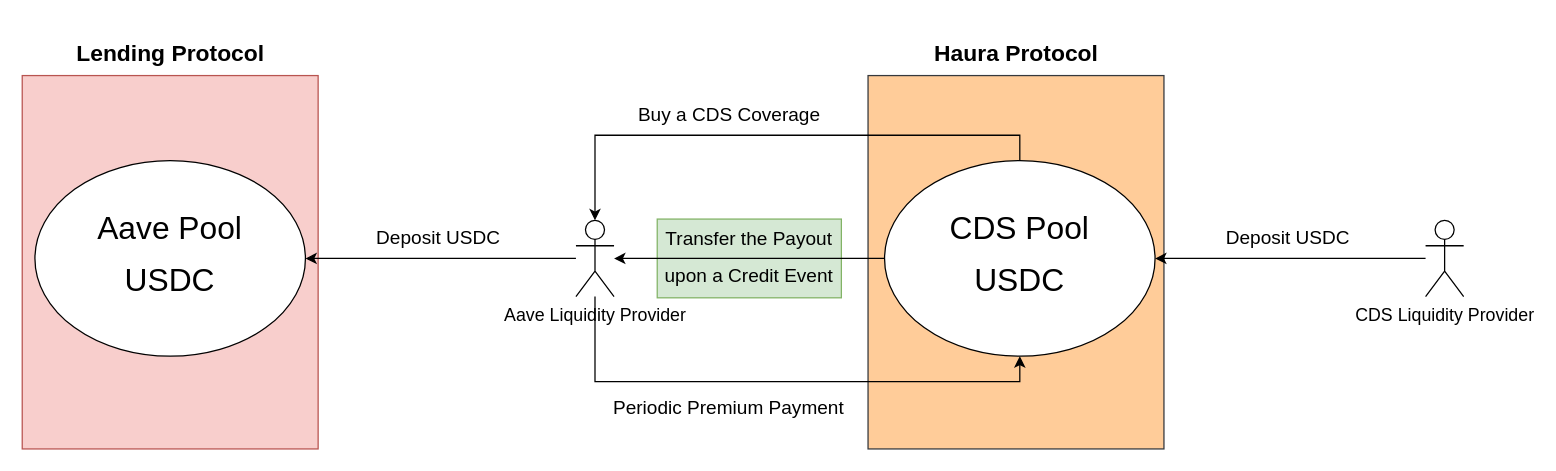
Before: page "Page-9" (9 of 9) of qualitaX.drawio in Edoumou/drawings, a draw.io diagram. Source tidied: cells renumbered, new cells numbered last; positions are measured from the earlier drawing's top-left corner, leaving out a move shared by most shapes. Both pictures are drawn from the tidied source at 127%, with x=0, y=0 at pixel (22, 34).
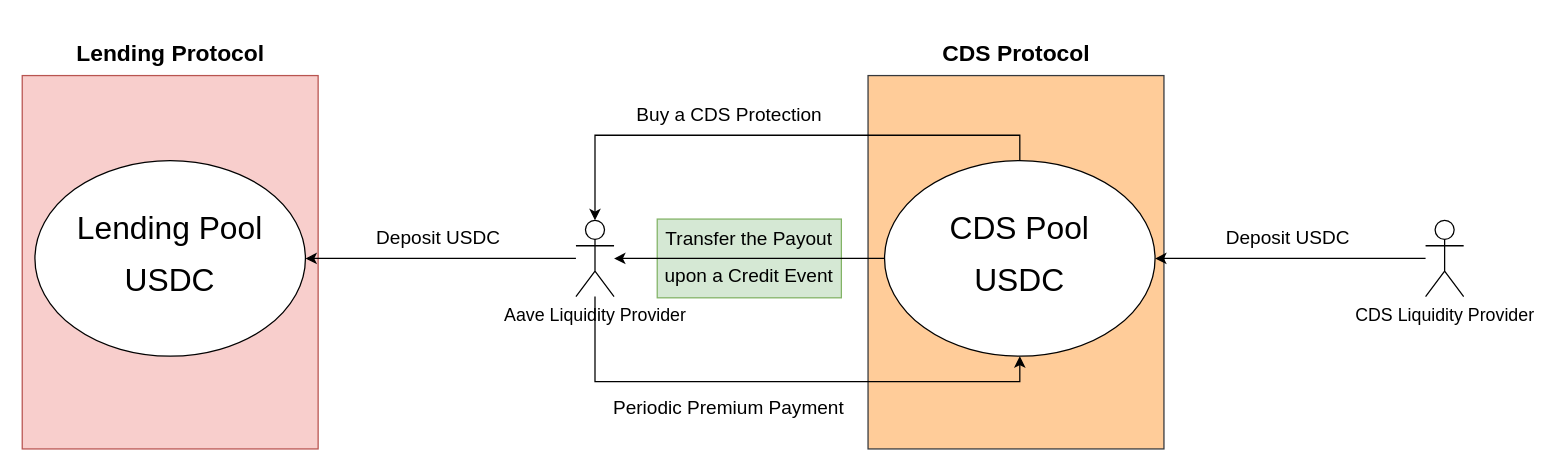
After the change.

Unchanged cells that the change refers to:
```xml
<mxCell id="2" style="group;" parent="1" vertex="1">
  <mxGeometry width="1135" height="326" as="geometry" />
</mxCell>
```

The edit, as a diff of the source:
```diff
@@
-    <mxCell id="6" value="&lt;p style=&quot;line-height: 130%;&quot;&gt;&lt;font style=&quot;font-size: 25px;&quot;&gt;Aave Pool&lt;/font&gt;&lt;/p&gt;&lt;div&gt;&lt;font style=&quot;font-size: 25px;&quot;&gt;USDC&lt;/font&gt;&lt;/div&gt;&lt;p&gt;&lt;/p&gt;" style="ellipse;whiteSpace=wrap;html=1;" parent="2" vertex="1">
+    <mxCell id="6" value="&lt;p style=&quot;line-height: 130%;&quot;&gt;&lt;font style=&quot;font-size: 25px;&quot;&gt;Lending Pool&lt;/font&gt;&lt;/p&gt;&lt;div&gt;&lt;font style=&quot;font-size: 25px;&quot;&gt;USDC&lt;/font&gt;&lt;/div&gt;&lt;p&gt;&lt;/p&gt;" style="ellipse;whiteSpace=wrap;html=1;" parent="2" vertex="1">
       <mxGeometry x="10" y="99" width="213" height="154" as="geometry" />
     </mxCell>
@@
-    <mxCell id="17" value="&lt;font style=&quot;font-size: 15px;&quot;&gt;Buy a CDS Coverage&lt;/font&gt;" style="text;html=1;align=center;verticalAlign=middle;whiteSpace=wrap;rounded=0;" parent="2" vertex="1">
+    <mxCell id="17" value="&lt;font style=&quot;font-size: 15px;&quot;&gt;Buy a CDS Protection&lt;/font&gt;" style="text;html=1;align=center;verticalAlign=middle;whiteSpace=wrap;rounded=0;" parent="2" vertex="1">
       <mxGeometry x="482.5" y="47" width="148" height="30" as="geometry" />
     </mxCell>
@@
-    <mxCell id="20" value="&lt;h2&gt;Haura Protocol&lt;/h2&gt;" style="text;html=1;align=center;verticalAlign=middle;whiteSpace=wrap;rounded=0;" parent="2" vertex="1">
+    <mxCell id="20" value="&lt;h2&gt;CDS Protocol&lt;/h2&gt;" style="text;html=1;align=center;verticalAlign=middle;whiteSpace=wrap;rounded=0;" parent="2" vertex="1">
       <mxGeometry x="714.5" width="136" height="30" as="geometry" />
     </mxCell>
```
